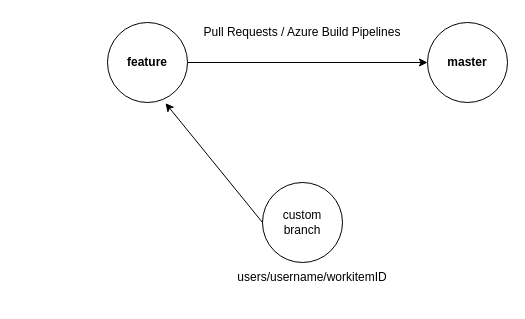
Before: BranchStrategy.drawio in surajnaik90/Architectures-Designs, a draw.io diagram. Source tidied: cells renumbered, new cells numbered last; positions are measured from the earlier drawing's top-left corner, leaving out a move shared by most shapes. Both pictures are drawn from the tidied source at 100%, with x=0, y=0 at pixel (107, 17).
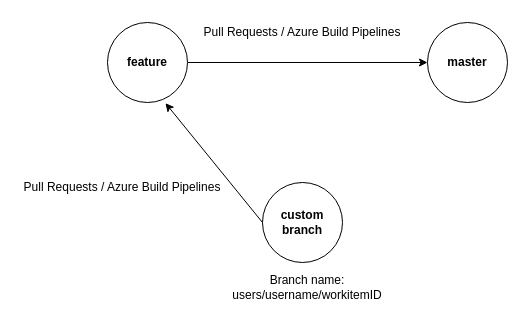
The same page after the edit.

Change to the diagram source:
```diff
@@
 <mxGraphModel>
   <root>
     <mxCell id="0" />
     <mxCell id="1" parent="0" />
-    <mxCell id="2" value="custom branch" style="ellipse;whiteSpace=wrap;html=1;" parent="1" vertex="1">
+    <mxCell id="2" value="&lt;b&gt;custom branch&lt;/b&gt;" style="ellipse;whiteSpace=wrap;html=1;" parent="1" vertex="1">
       <mxGeometry x="155" y="165" width="80" height="80" as="geometry" />
     </mxCell>
     <mxCell id="3" style="edgeStyle=orthogonalEdgeStyle;rounded=0;jettySize=auto;html=1;entryX=0;entryY=0.5;entryDx=0;entryDy=0;" parent="1" edge="1" source="4" target="5">
       <mxGeometry relative="1" as="geometry" />
     </mxCell>
     <mxCell id="4" style="ellipse;whiteSpace=wrap;html=1;" parent="1" vertex="1">
       <mxGeometry y="5" width="80" height="80" as="geometry" />
     </mxCell>
     <mxCell id="5" style="ellipse;whiteSpace=wrap;html=1;" parent="1" vertex="1">
       <mxGeometry x="320" y="5" width="80" height="80" as="geometry" />
     </mxCell>
     <mxCell id="6" style="endArrow=classic;html=1;rounded=0;entryX=0.725;entryY=1.008;entryDx=0;entryDy=0;exitX=0;exitY=0.5;exitDx=0;exitDy=0;entryPerimeter=0;" parent="1" edge="1" source="2" target="4">
       <mxGeometry relative="1" as="geometry" />
     </mxCell>
     <mxCell id="7" value="feature" style="text;html=1;strokeColor=none;fillColor=none;align=center;verticalAlign=middle;whiteSpace=wrap;rounded=0;fontStyle=1;" parent="1" vertex="1">
       <mxGeometry x="10" y="30" width="60" height="30" as="geometry" />
     </mxCell>
     <mxCell id="8" value="master" style="text;html=1;strokeColor=none;fillColor=none;align=center;verticalAlign=middle;whiteSpace=wrap;rounded=0;fontStyle=1;" parent="1" vertex="1">
       <mxGeometry x="330" y="30" width="60" height="30" as="geometry" />
     </mxCell>
     <mxCell id="9" value="Pull Requests / Azure Build Pipelines" style="text;html=1;strokeColor=none;fillColor=none;align=center;verticalAlign=middle;whiteSpace=wrap;rounded=0;" parent="1" vertex="1">
       <mxGeometry x="90" width="210" height="30" as="geometry" />
     </mxCell>
-    <mxCell id="10" value="users/username/workitemID" style="text;html=1;strokeColor=none;fillColor=none;align=center;verticalAlign=middle;whiteSpace=wrap;rounded=0;fontSize=12;" parent="1" vertex="1">
-      <mxGeometry x="175" y="245" width="60" height="30" as="geometry" />
+    <mxCell id="10" value="Branch name:&lt;br&gt;users/username/workitemID" style="text;html=1;strokeColor=none;fillColor=none;align=center;verticalAlign=middle;whiteSpace=wrap;rounded=0;fontSize=12;" parent="1" vertex="1">
+      <mxGeometry x="90" y="255" width="220" height="30" as="geometry" />
     </mxCell>
+    <mxCell id="11" value="Pull Requests / Azure Build Pipelines" style="text;html=1;strokeColor=none;fillColor=none;align=center;verticalAlign=middle;whiteSpace=wrap;rounded=0;" parent="1" vertex="1">
+      <mxGeometry x="-90" y="155" width="210" height="30" as="geometry" />
+    </mxCell>
   </root>
 </mxGraphModel>
```
